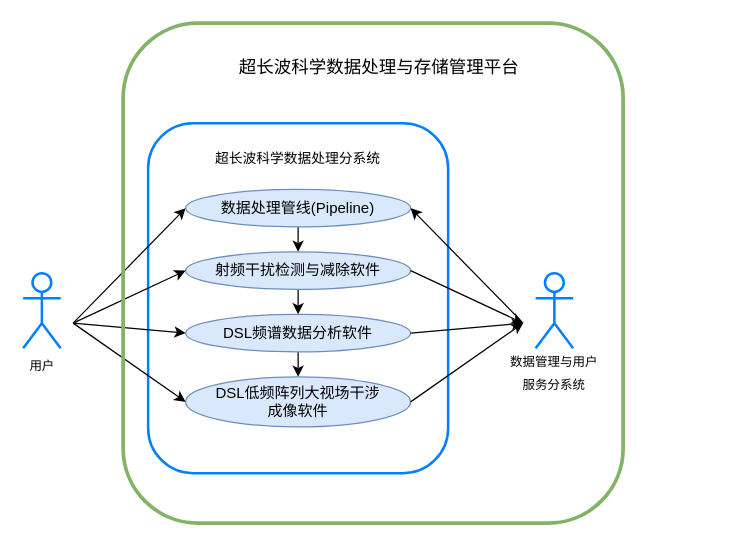
This is 科学数据处理分析图总用况图_new.drawio from zuoshifan/draw_io_diagrams, a draw.io file, before an edit. Source tidied: cells renumbered, new cells numbered last; positions are measured from the earlier drawing's top-left corner, leaving out a move shared by most shapes. Both pictures are drawn from the tidied source at 125%, with x=0, y=0 at pixel (22, 22).
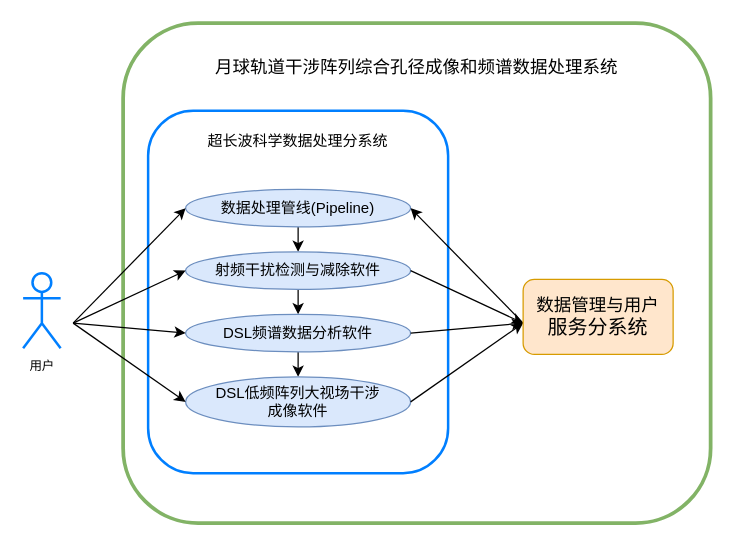
Above is the later version.

Commit message:
Update 科学数据处理分析图总用况图_new.drawio

The edit, as a diff of the source:
```diff
@@
+    <mxCell id="22" style="rounded=1;whiteSpace=wrap;html=1;fillColor=none;strokeColor=#82b366;strokeWidth=3;" parent="1" vertex="1">
+      <mxGeometry x="80" width="470" height="400" as="geometry" />
+    </mxCell>
@@
     <mxCell id="3" style="rounded=1;whiteSpace=wrap;html=1;fillColor=none;strokeColor=#007FFF;strokeWidth=2;" parent="1" vertex="1">
-      <mxGeometry x="100" y="80" width="240" height="280" as="geometry" />
+      <mxGeometry x="100" y="70" width="240" height="290" as="geometry" />
     </mxCell>
-    <mxCell id="4" value="&lt;span style=&quot;text-align: start; font-family: DengXian;&quot; lang=&quot;ZH-CN&quot;&gt;&lt;font style=&quot;font-size: 11px;&quot;&gt;超长波科学数据处理分系统&lt;/font&gt;&lt;/span&gt;&lt;span style=&quot;text-align: start;&quot;&gt;&lt;/span&gt;" style="text;html=1;align=center;verticalAlign=middle;whiteSpace=wrap;rounded=0;fontSize=10;" parent="1" vertex="1">
-      <mxGeometry x="140" y="93" width="160" height="30" as="geometry" />
+    <mxCell id="4" value="&lt;span style=&quot;text-align: start; font-family: DengXian;&quot; lang=&quot;ZH-CN&quot;&gt;&lt;font style=&quot;font-size: 12px;&quot;&gt;超长波科学数据处理分系统&lt;/font&gt;&lt;/span&gt;&lt;span style=&quot;text-align: start;&quot;&gt;&lt;/span&gt;" style="text;html=1;align=center;verticalAlign=middle;whiteSpace=wrap;rounded=0;fontSize=10;" parent="1" vertex="1">
+      <mxGeometry x="140" y="80" width="160" height="30" as="geometry" />
     </mxCell>
@@
-    <mxCell id="12" style="shape=umlActor;verticalLabelPosition=bottom;verticalAlign=top;html=1;gradientColor=default;fillColor=none;strokeColor=#007FFF;strokeWidth=2;" parent="1" vertex="1">
-      <mxGeometry x="410" y="200" width="30" height="60" as="geometry" />
-    </mxCell>
-    <mxCell id="13" value="&lt;span style=&quot;text-align: start; font-family: DengXian;&quot; lang=&quot;ZH-CN&quot;&gt;&lt;font style=&quot;font-size: 10px;&quot;&gt;数据管理与用户&lt;/font&gt;&lt;/span&gt;&lt;div&gt;&lt;span style=&quot;text-align: start; font-family: DengXian;&quot; lang=&quot;ZH-CN&quot;&gt;&lt;font style=&quot;font-size: 10px;&quot;&gt;服务分系统&lt;/font&gt;&lt;/span&gt;&lt;span style=&quot;font-size: medium; text-align: start;&quot;&gt;&lt;/span&gt;&lt;/div&gt;" style="text;html=1;align=center;verticalAlign=middle;whiteSpace=wrap;rounded=0;" parent="1" vertex="1">
-      <mxGeometry x="380" y="265" width="90" height="30" as="geometry" />
-    </mxCell>
@@
-    <mxCell id="22" style="rounded=1;whiteSpace=wrap;html=1;fillColor=none;strokeColor=#82b366;strokeWidth=3;" parent="1" vertex="1">
-      <mxGeometry x="80" width="400" height="400" as="geometry" />
-    </mxCell>
-    <mxCell id="23" value="&lt;font style=&quot;font-size: 14px;&quot;&gt;超长波科学数据处理与存储管理平台&lt;/font&gt;" style="text;html=1;align=center;verticalAlign=middle;whiteSpace=wrap;rounded=0;" parent="1" vertex="1">
-      <mxGeometry x="140" y="10" width="290" height="50" as="geometry" />
+    <mxCell id="23" value="&lt;font style=&quot;font-size: 14px;&quot;&gt;月球轨道干涉阵列综合孔径成像和频谱数据处理系统&lt;/font&gt;" style="text;html=1;align=center;verticalAlign=middle;whiteSpace=wrap;rounded=0;" parent="1" vertex="1">
+      <mxGeometry x="140" y="10" width="350" height="50" as="geometry" />
     </mxCell>
+    <mxCell id="13" value="&lt;span style=&quot;text-align: start; font-family: DengXian;&quot; lang=&quot;ZH-CN&quot;&gt;&lt;font style=&quot;font-size: 14px;&quot;&gt;数据管理与用户&lt;/font&gt;&lt;/span&gt;&lt;div&gt;&lt;span style=&quot;text-align: start; font-family: DengXian;&quot; lang=&quot;ZH-CN&quot;&gt;&lt;font size=&quot;3&quot; style=&quot;&quot;&gt;服务分系统&lt;/font&gt;&lt;/span&gt;&lt;/div&gt;" style="rounded=1;whiteSpace=wrap;html=1;fillColor=#ffe6cc;strokeColor=#d79b00;" parent="1" vertex="1">
+      <mxGeometry x="400" y="205" width="120" height="60" as="geometry" />
+    </mxCell>
```
